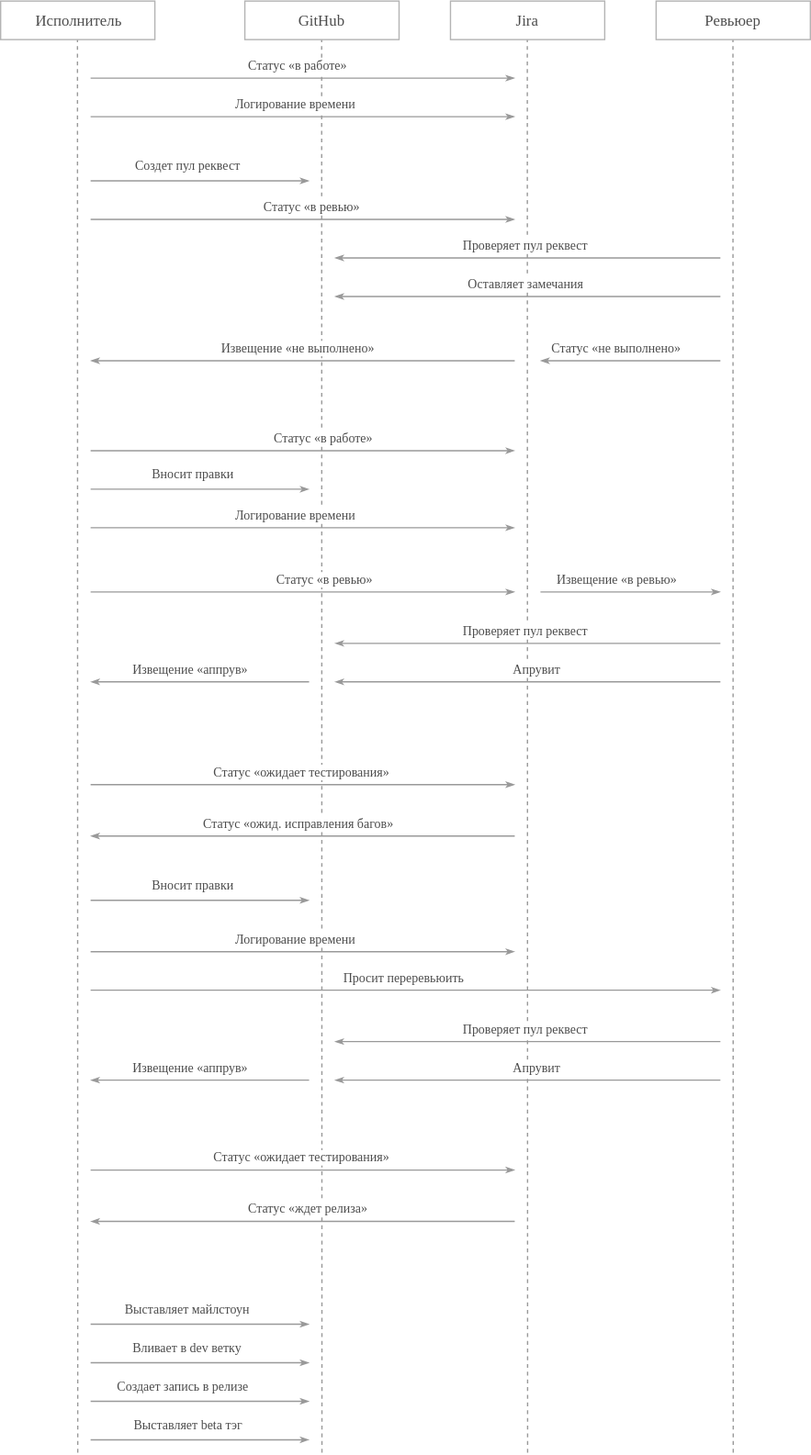
Above: workflow.svg in ajile/draw-io (draw.io), before the change. Source tidied: cells renumbered, new cells last; positions are measured from the earlier drawing's top-left corner, leaving out a move shared by most shapes.
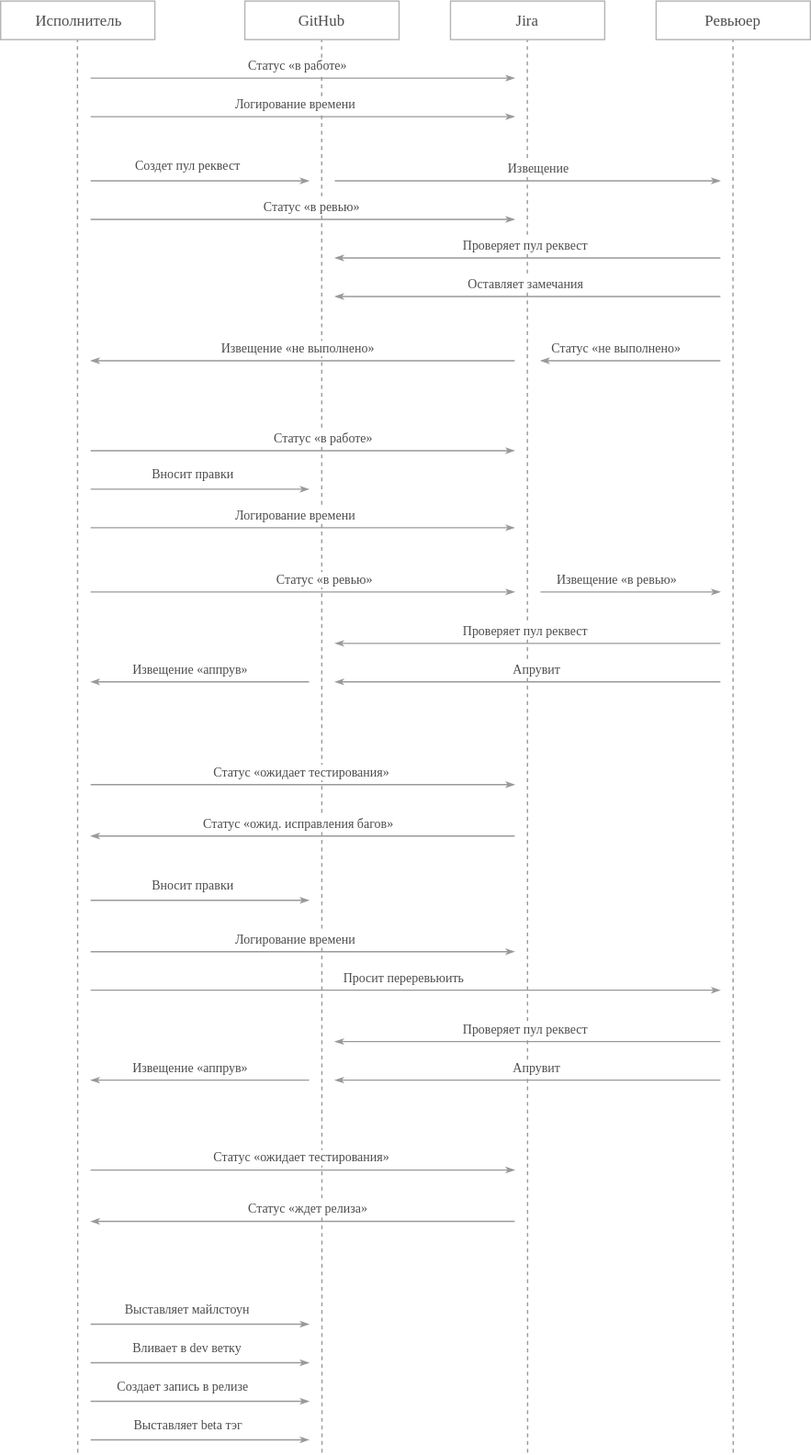
The same diagram one commit later.

What changed in the source:
```diff
@@ -364,5 +364,16 @@
         <mxPoint x="23" y="-10" as="offset" />
       </mxGeometry>
     </mxCell>
+    <mxCell id="70" style="edgeStyle=none;rounded=0;html=1;startArrow=none;startFill=0;startSize=16;endArrow=classicThin;endFill=1;endSize=4;jettySize=auto;orthogonalLoop=1;strokeColor=#999999;strokeWidth=1;fontFamily=Verdana;fontSize=10;fontColor=#4D4D4D;labelBackgroundColor=none;" parent="1" edge="1">
+      <mxGeometry relative="1" as="geometry">
+        <mxPoint x="260" y="140" as="sourcePoint" />
+        <mxPoint x="560" y="140" as="targetPoint" />
+      </mxGeometry>
+    </mxCell>
+    <mxCell id="71" value="Извещение&lt;br&gt;" style="text;html=1;align=center;verticalAlign=middle;labelBackgroundColor=#ffffff;fontSize=10;fontFamily=Verdana;fontColor=#4D4D4D;" parent="70" vertex="1">
+      <mxGeometry x="0.13" y="1" relative="1" as="geometry">
+        <mxPoint x="-6" y="-9" as="offset" />
+      </mxGeometry>
+    </mxCell>
   </root>
 </mxGraphModel>
```
